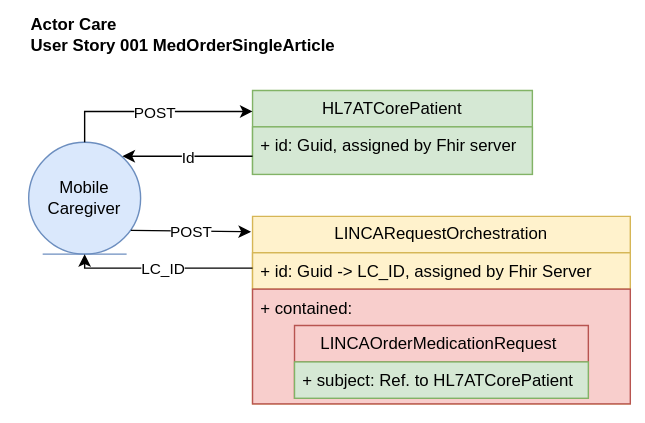
This is input/images/UserStory_001_diagram.svg from HL7Austria/LinkedCare, a draw.io export, as it was before one commit. Source tidied: cells renumbered, new cells last; positions are measured from the earlier drawing's top-left corner, leaving out a move shared by most shapes.
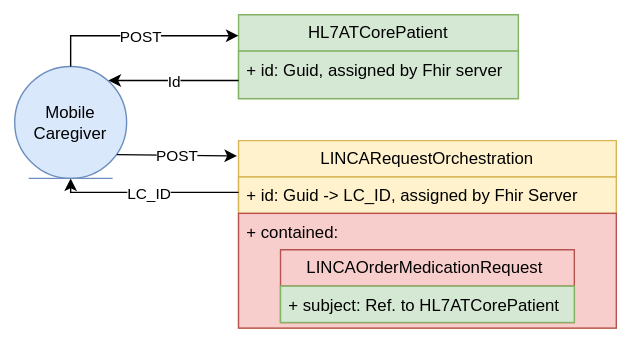
The same diagram one commit later.

Diff of the diagram source:
```diff
@@ -20,9 +20,6 @@
     <mxCell id="7" value="Mobile Caregiver" style="ellipse;shape=umlEntity;whiteSpace=wrap;html=1;fillColor=#dae8fc;strokeColor=#6c8ebf;" parent="1" vertex="1">
       <mxGeometry x="10" y="90" width="80" height="80" as="geometry" />
     </mxCell>
-    <mxCell id="8" value="&lt;div style=&quot;text-align: left;&quot;&gt;&lt;span style=&quot;background-color: initial;&quot;&gt;Actor Care&lt;/span&gt;&lt;/div&gt;User Story 001 MedOrderSingleArticle" style="text;align=center;fontStyle=1;verticalAlign=middle;spacingLeft=3;spacingRight=3;strokeColor=none;html=1;" parent="1" vertex="1">
-      <mxGeometry width="240" height="26" as="geometry" />
-    </mxCell>
     <mxCell id="9" style="endArrow=classic;html=1;rounded=0;entryX=0;entryY=0.25;entryDx=0;entryDy=0;" parent="1" edge="1" target="5">
       <mxGeometry relative="1" as="geometry">
         <mxPoint x="50" y="90" as="sourcePoint" />
```
